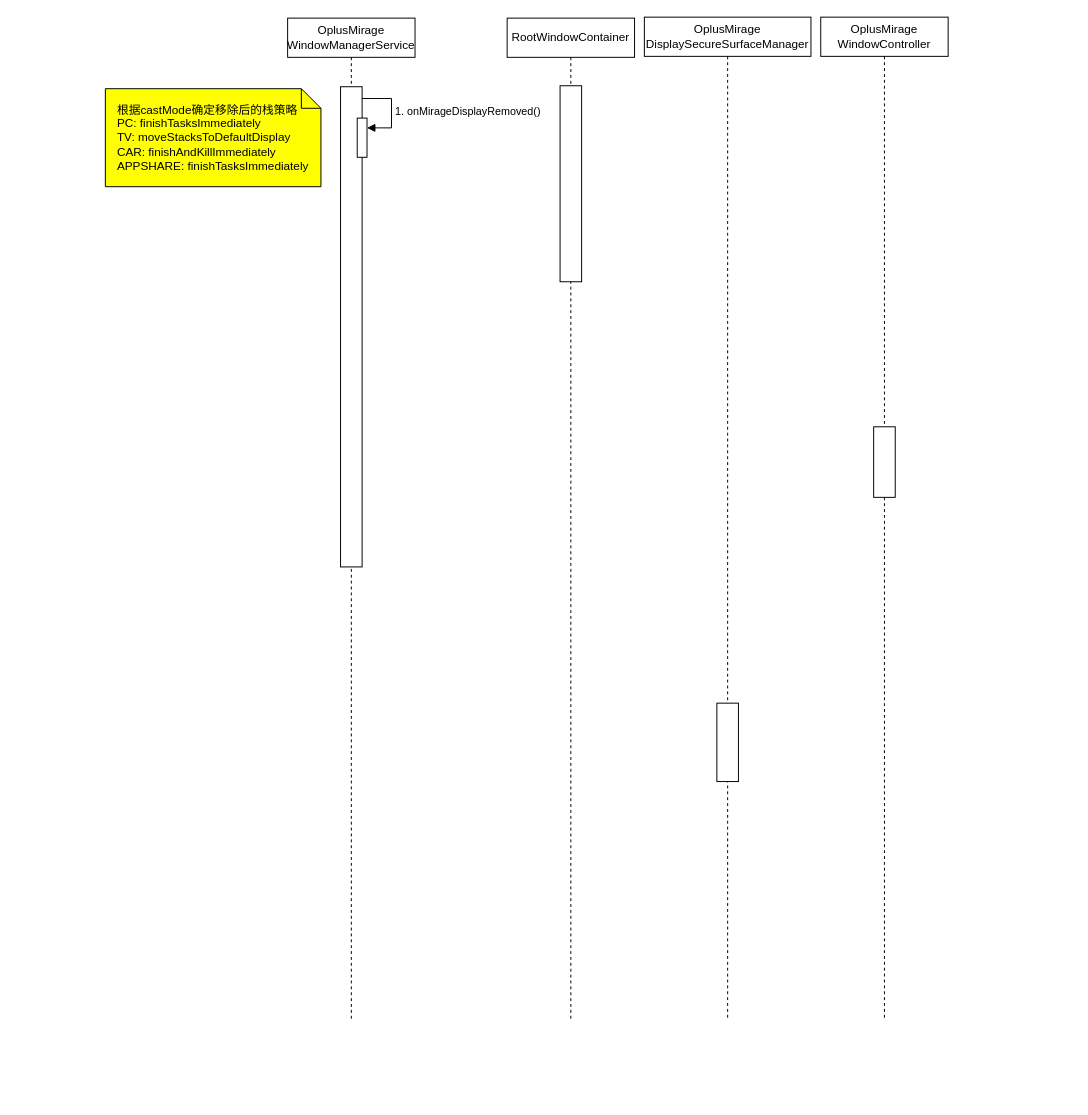
Before: 销毁虚拟屏后显示策略.drawio in jcj123/-, a draw.io diagram. Source tidied: cells renumbered, new cells numbered last; positions are measured from the earlier drawing's top-left corner, leaving out a move shared by most shapes. Both pictures are drawn from the tidied source at 98%, with x=0, y=0 at pixel (105, 17).
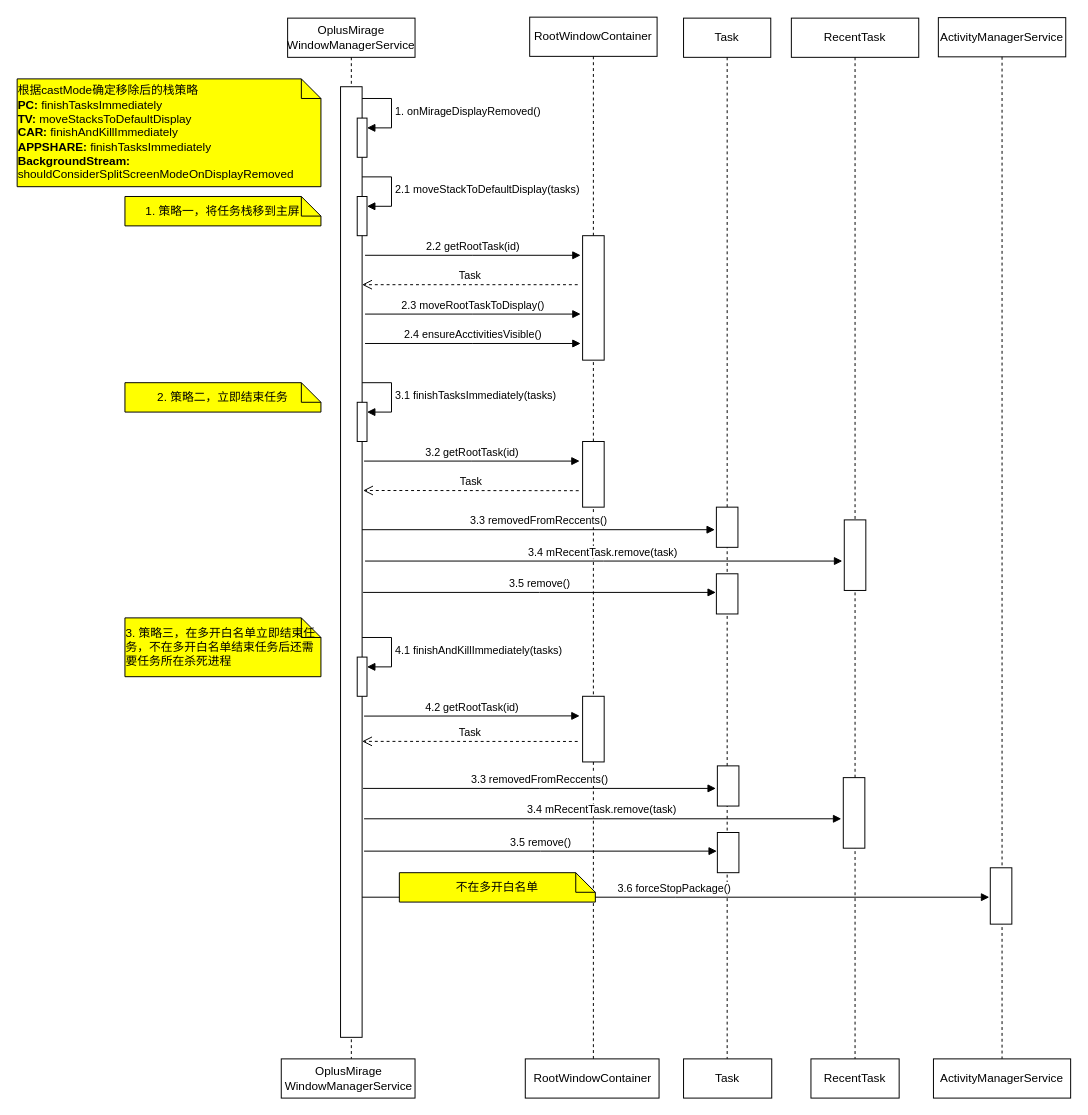
The same page after the edit.

Commit message:
更新销毁虚拟屏后显示策略.drawio

The edit, as a diff of the source:
```diff
@@
     <mxCell id="2" value="OplusMirage&lt;br&gt;WindowManagerService" style="shape=umlLifeline;perimeter=lifelinePerimeter;whiteSpace=wrap;html=1;newEdgeStyle={&quot;edgeStyle&quot;:&quot;elbowEdgeStyle&quot;,&quot;elbow&quot;:&quot;vertical&quot;,&quot;curved&quot;:0,&quot;rounded&quot;:0};" parent="1" vertex="1">
-      <mxGeometry x="186" y="1" width="130" height="1022" as="geometry" />
+      <mxGeometry x="186" y="1" width="130" height="1062" as="geometry" />
     </mxCell>
     <mxCell id="3" style="html=1;perimeter=orthogonalPerimeter;targetShapes=umlLifeline;newEdgeStyle={&quot;edgeStyle&quot;:&quot;elbowEdgeStyle&quot;,&quot;elbow&quot;:&quot;vertical&quot;,&quot;curved&quot;:0,&quot;rounded&quot;:0};" parent="2" vertex="1">
-      <mxGeometry x="54" y="70" width="22" height="490" as="geometry" />
+      <mxGeometry x="54" y="70" width="22" height="970" as="geometry" />
     </mxCell>
@@
+    <mxCell id="13" style="html=1;points=[];perimeter=orthogonalPerimeter;outlineConnect=0;targetShapes=umlLifeline;portConstraint=eastwest;newEdgeStyle={&quot;edgeStyle&quot;:&quot;elbowEdgeStyle&quot;,&quot;elbow&quot;:&quot;vertical&quot;,&quot;curved&quot;:0,&quot;rounded&quot;:0};" parent="2" vertex="1">
+      <mxGeometry x="71" y="182" width="10" height="40" as="geometry" />
+    </mxCell>
+    <mxCell id="14" value="2.1 moveStackToDefaultDisplay(tasks)" style="html=1;align=left;spacingLeft=2;endArrow=block;rounded=0;edgeStyle=orthogonalEdgeStyle;curved=0;rounded=0;" parent="2" edge="1" target="13">
+      <mxGeometry relative="1" as="geometry">
+        <mxPoint x="76" y="162" as="sourcePoint" />
+        <Array as="points">
+          <mxPoint x="106" y="192" />
+        </Array>
+      </mxGeometry>
+    </mxCell>
+    <mxCell id="15" style="html=1;points=[];perimeter=orthogonalPerimeter;outlineConnect=0;targetShapes=umlLifeline;portConstraint=eastwest;newEdgeStyle={&quot;edgeStyle&quot;:&quot;elbowEdgeStyle&quot;,&quot;elbow&quot;:&quot;vertical&quot;,&quot;curved&quot;:0,&quot;rounded&quot;:0};" parent="2" vertex="1">
+      <mxGeometry x="71" y="392" width="10" height="40" as="geometry" />
+    </mxCell>
+    <mxCell id="16" value="3.1 finishTasksImmediately(tasks)" style="html=1;align=left;spacingLeft=2;endArrow=block;rounded=0;edgeStyle=orthogonalEdgeStyle;curved=0;rounded=0;" parent="2" edge="1" target="15">
+      <mxGeometry relative="1" as="geometry">
+        <mxPoint x="76" y="372" as="sourcePoint" />
+        <Array as="points">
+          <mxPoint x="106" y="402" />
+        </Array>
+      </mxGeometry>
+    </mxCell>
+    <mxCell id="17" style="html=1;points=[];perimeter=orthogonalPerimeter;outlineConnect=0;targetShapes=umlLifeline;portConstraint=eastwest;newEdgeStyle={&quot;edgeStyle&quot;:&quot;elbowEdgeStyle&quot;,&quot;elbow&quot;:&quot;vertical&quot;,&quot;curved&quot;:0,&quot;rounded&quot;:0};" parent="2" vertex="1">
+      <mxGeometry x="71" y="652" width="10" height="40" as="geometry" />
+    </mxCell>
+    <mxCell id="18" value="4.1 finishAndKillImmediately(tasks)" style="html=1;align=left;spacingLeft=2;endArrow=block;rounded=0;edgeStyle=orthogonalEdgeStyle;curved=0;rounded=0;" parent="2" edge="1" target="17">
+      <mxGeometry relative="1" as="geometry">
+        <mxPoint x="76" y="632" as="sourcePoint" />
+        <Array as="points">
+          <mxPoint x="106" y="662" />
+        </Array>
+      </mxGeometry>
+    </mxCell>
     <mxCell id="6" value="RootWindowContainer" style="shape=umlLifeline;perimeter=lifelinePerimeter;whiteSpace=wrap;html=1;newEdgeStyle={&quot;edgeStyle&quot;:&quot;elbowEdgeStyle&quot;,&quot;elbow&quot;:&quot;vertical&quot;,&quot;curved&quot;:0,&quot;rounded&quot;:0};" parent="1" vertex="1">
-      <mxGeometry x="410" y="1" width="130" height="1022" as="geometry" />
+      <mxGeometry x="433" width="130" height="1063" as="geometry" />
     </mxCell>
     <mxCell id="7" style="html=1;perimeter=orthogonalPerimeter;targetShapes=umlLifeline;newEdgeStyle={&quot;edgeStyle&quot;:&quot;elbowEdgeStyle&quot;,&quot;elbow&quot;:&quot;vertical&quot;,&quot;curved&quot;:0,&quot;rounded&quot;:0};" parent="6" vertex="1">
-      <mxGeometry x="54" y="69" width="22" height="200" as="geometry" />
+      <mxGeometry x="54" y="223" width="22" height="127" as="geometry" />
     </mxCell>
+    <mxCell id="19" style="html=1;perimeter=orthogonalPerimeter;targetShapes=umlLifeline;newEdgeStyle={&quot;edgeStyle&quot;:&quot;elbowEdgeStyle&quot;,&quot;elbow&quot;:&quot;vertical&quot;,&quot;curved&quot;:0,&quot;rounded&quot;:0};" parent="6" vertex="1">
+      <mxGeometry x="54" y="433" width="22" height="67" as="geometry" />
+    </mxCell>
+    <mxCell id="20" style="html=1;perimeter=orthogonalPerimeter;targetShapes=umlLifeline;newEdgeStyle={&quot;edgeStyle&quot;:&quot;elbowEdgeStyle&quot;,&quot;elbow&quot;:&quot;vertical&quot;,&quot;curved&quot;:0,&quot;rounded&quot;:0};" parent="6" vertex="1">
+      <mxGeometry x="54" y="693" width="22" height="67" as="geometry" />
+    </mxCell>
-    <mxCell id="8" value="OplusMirage&lt;br&gt;DisplaySecureSurfaceManager" style="shape=umlLifeline;perimeter=lifelinePerimeter;whiteSpace=wrap;html=1;newEdgeStyle={&quot;edgeStyle&quot;:&quot;elbowEdgeStyle&quot;,&quot;elbow&quot;:&quot;vertical&quot;,&quot;curved&quot;:0,&quot;rounded&quot;:0};" parent="1" vertex="1">
-      <mxGeometry x="550" width="170" height="1023" as="geometry" />
+    <mxCell id="8" value="Task" style="shape=umlLifeline;perimeter=lifelinePerimeter;whiteSpace=wrap;html=1;newEdgeStyle={&quot;edgeStyle&quot;:&quot;elbowEdgeStyle&quot;,&quot;elbow&quot;:&quot;vertical&quot;,&quot;curved&quot;:0,&quot;rounded&quot;:0};" parent="1" vertex="1">
+      <mxGeometry x="590" y="1" width="89" height="1062" as="geometry" />
     </mxCell>
     <mxCell id="9" style="html=1;perimeter=orthogonalPerimeter;targetShapes=umlLifeline;newEdgeStyle={&quot;edgeStyle&quot;:&quot;elbowEdgeStyle&quot;,&quot;elbow&quot;:&quot;vertical&quot;,&quot;curved&quot;:0,&quot;rounded&quot;:0};" parent="8" vertex="1">
-      <mxGeometry x="74" y="700" width="22" height="80" as="geometry" />
+      <mxGeometry x="33.5" y="499" width="22" height="41" as="geometry" />
     </mxCell>
+    <mxCell id="21" style="html=1;perimeter=orthogonalPerimeter;targetShapes=umlLifeline;newEdgeStyle={&quot;edgeStyle&quot;:&quot;elbowEdgeStyle&quot;,&quot;elbow&quot;:&quot;vertical&quot;,&quot;curved&quot;:0,&quot;rounded&quot;:0};" parent="8" vertex="1">
+      <mxGeometry x="33.5" y="567" width="22" height="41" as="geometry" />
+    </mxCell>
+    <mxCell id="22" style="html=1;perimeter=orthogonalPerimeter;targetShapes=umlLifeline;newEdgeStyle={&quot;edgeStyle&quot;:&quot;elbowEdgeStyle&quot;,&quot;elbow&quot;:&quot;vertical&quot;,&quot;curved&quot;:0,&quot;rounded&quot;:0};" parent="8" vertex="1">
+      <mxGeometry x="34.5" y="763" width="22" height="41" as="geometry" />
+    </mxCell>
+    <mxCell id="23" style="html=1;perimeter=orthogonalPerimeter;targetShapes=umlLifeline;newEdgeStyle={&quot;edgeStyle&quot;:&quot;elbowEdgeStyle&quot;,&quot;elbow&quot;:&quot;vertical&quot;,&quot;curved&quot;:0,&quot;rounded&quot;:0};" parent="8" vertex="1">
+      <mxGeometry x="34.5" y="831" width="22" height="41" as="geometry" />
+    </mxCell>
-    <mxCell id="10" value="OplusMirage&lt;br&gt;WindowController" style="shape=umlLifeline;perimeter=lifelinePerimeter;whiteSpace=wrap;html=1;newEdgeStyle={&quot;edgeStyle&quot;:&quot;elbowEdgeStyle&quot;,&quot;elbow&quot;:&quot;vertical&quot;,&quot;curved&quot;:0,&quot;rounded&quot;:0};" parent="1" vertex="1">
-      <mxGeometry x="730" width="130" height="1023" as="geometry" />
+    <mxCell id="10" value="RecentTask" style="shape=umlLifeline;perimeter=lifelinePerimeter;whiteSpace=wrap;html=1;newEdgeStyle={&quot;edgeStyle&quot;:&quot;elbowEdgeStyle&quot;,&quot;elbow&quot;:&quot;vertical&quot;,&quot;curved&quot;:0,&quot;rounded&quot;:0};" parent="1" vertex="1">
+      <mxGeometry x="700" y="1" width="130" height="1062" as="geometry" />
     </mxCell>
     <mxCell id="11" style="html=1;perimeter=orthogonalPerimeter;targetShapes=umlLifeline;newEdgeStyle={&quot;edgeStyle&quot;:&quot;elbowEdgeStyle&quot;,&quot;elbow&quot;:&quot;vertical&quot;,&quot;curved&quot;:0,&quot;rounded&quot;:0};" parent="10" vertex="1">
-      <mxGeometry x="54" y="418" width="22" height="72" as="geometry" />
+      <mxGeometry x="54" y="512" width="22" height="72" as="geometry" />
     </mxCell>
+    <mxCell id="24" style="html=1;perimeter=orthogonalPerimeter;targetShapes=umlLifeline;newEdgeStyle={&quot;edgeStyle&quot;:&quot;elbowEdgeStyle&quot;,&quot;elbow&quot;:&quot;vertical&quot;,&quot;curved&quot;:0,&quot;rounded&quot;:0};" parent="10" vertex="1">
+      <mxGeometry x="53" y="775" width="22" height="72" as="geometry" />
+    </mxCell>
-    <mxCell id="12" value="&lt;div style=&quot;text-align: left;&quot;&gt;根据castMode确定移除后的栈策略&lt;/div&gt;&lt;div style=&quot;text-align: left;&quot;&gt;PC: finishTasksImmediately&lt;/div&gt;&lt;div style=&quot;text-align: left;&quot;&gt;TV: moveStacksToDefaultDisplay&lt;/div&gt;&lt;div style=&quot;text-align: left;&quot;&gt;CAR: finishAndKillImmediately&lt;/div&gt;&lt;div style=&quot;text-align: left;&quot;&gt;APPSHARE: finishTasksImmediately&lt;br&gt;&lt;/div&gt;" style="shape=note;size=20;whiteSpace=wrap;html=1;fillColor=#FFFF00;" parent="1" vertex="1">
-      <mxGeometry y="73" width="220" height="100" as="geometry" />
+    <mxCell id="12" value="&lt;div style=&quot;text-align: left;&quot;&gt;根据castMode确定移除后的栈策略&lt;/div&gt;&lt;div style=&quot;text-align: left;&quot;&gt;&lt;b&gt;PC:&lt;/b&gt; finishTasksImmediately&lt;/div&gt;&lt;div style=&quot;text-align: left;&quot;&gt;&lt;b&gt;TV: &lt;/b&gt;moveStacksToDefaultDisplay&lt;/div&gt;&lt;div style=&quot;text-align: left;&quot;&gt;&lt;b&gt;CAR: &lt;/b&gt;finishAndKillImmediately&lt;/div&gt;&lt;div style=&quot;text-align: left;&quot;&gt;&lt;b&gt;APPSHARE: &lt;/b&gt;finishTasksImmediately&lt;br&gt;&lt;/div&gt;&lt;div style=&quot;text-align: left;&quot;&gt;&lt;b&gt;BackgroundStream:&lt;/b&gt; shouldConsiderSplitScreenModeOnDisplayRemoved&lt;/div&gt;" style="shape=note;size=20;whiteSpace=wrap;html=1;fillColor=#FFFF00;" parent="1" vertex="1">
+      <mxGeometry x="-90" y="63" width="310" height="110" as="geometry" />
     </mxCell>
+    <mxCell id="25" value="&lt;div style=&quot;text-align: left;&quot;&gt;1. 策略一，将任务栈移到主屏&lt;/div&gt;" style="shape=note;size=20;whiteSpace=wrap;html=1;fillColor=#FFFF00;" parent="1" vertex="1">
+      <mxGeometry x="20" y="183" width="200" height="30" as="geometry" />
+    </mxCell>
+    <mxCell id="26" value="2.2 getRootTask(id)" style="html=1;verticalAlign=bottom;endArrow=block;edgeStyle=elbowEdgeStyle;elbow=vertical;curved=0;rounded=0;" parent="1" edge="1">
+      <mxGeometry relative="1" as="geometry">
+        <mxPoint x="265" y="243" as="sourcePoint" />
+        <mxPoint x="485" y="243" as="targetPoint" />
+      </mxGeometry>
+    </mxCell>
+    <mxCell id="27" value="Task" style="html=1;verticalAlign=bottom;endArrow=open;dashed=1;endSize=8;edgeStyle=elbowEdgeStyle;elbow=vertical;curved=0;rounded=0;" parent="1" edge="1">
+      <mxGeometry relative="1" as="geometry">
+        <mxPoint x="482" y="273" as="sourcePoint" />
+        <mxPoint x="262" y="273" as="targetPoint" />
+      </mxGeometry>
+    </mxCell>
+    <mxCell id="28" value="2.3 moveRootTaskToDisplay()" style="html=1;verticalAlign=bottom;endArrow=block;edgeStyle=elbowEdgeStyle;elbow=vertical;curved=0;rounded=0;" parent="1" edge="1">
+      <mxGeometry relative="1" as="geometry">
+        <mxPoint x="265" y="303" as="sourcePoint" />
+        <mxPoint x="485" y="303" as="targetPoint" />
+      </mxGeometry>
+    </mxCell>
+    <mxCell id="29" value="2.4 ensureAcctivitiesVisible()" style="html=1;verticalAlign=bottom;endArrow=block;edgeStyle=elbowEdgeStyle;elbow=vertical;curved=0;rounded=0;" parent="1" edge="1">
+      <mxGeometry relative="1" as="geometry">
+        <mxPoint x="265" y="333" as="sourcePoint" />
+        <mxPoint x="485" y="333" as="targetPoint" />
+      </mxGeometry>
+    </mxCell>
+    <mxCell id="30" value="&lt;div style=&quot;text-align: left;&quot;&gt;2. 策略二，立即结束任务&lt;/div&gt;" style="shape=note;size=20;whiteSpace=wrap;html=1;fillColor=#FFFF00;" parent="1" vertex="1">
+      <mxGeometry x="20" y="373" width="200" height="30" as="geometry" />
+    </mxCell>
+    <mxCell id="31" value="3.2 getRootTask(id)" style="html=1;verticalAlign=bottom;endArrow=block;edgeStyle=elbowEdgeStyle;elbow=vertical;curved=0;rounded=0;" parent="1" edge="1">
+      <mxGeometry relative="1" as="geometry">
+        <mxPoint x="264" y="453" as="sourcePoint" />
+        <mxPoint x="484" y="453" as="targetPoint" />
+      </mxGeometry>
+    </mxCell>
+    <mxCell id="32" value="Task" style="html=1;verticalAlign=bottom;endArrow=open;dashed=1;endSize=8;edgeStyle=elbowEdgeStyle;elbow=vertical;curved=0;rounded=0;" parent="1" edge="1">
+      <mxGeometry relative="1" as="geometry">
+        <mxPoint x="483" y="483.2" as="sourcePoint" />
+        <mxPoint x="263" y="483.2" as="targetPoint" />
+      </mxGeometry>
+    </mxCell>
+    <mxCell id="33" value="3.3 removedFromReccents()" style="html=1;verticalAlign=bottom;endArrow=block;edgeStyle=elbowEdgeStyle;elbow=vertical;curved=0;rounded=0;" parent="1" edge="1">
+      <mxGeometry relative="1" as="geometry">
+        <mxPoint x="262" y="523" as="sourcePoint" />
+        <mxPoint x="622" y="523" as="targetPoint" />
+      </mxGeometry>
+    </mxCell>
+    <mxCell id="34" value="3.4 mRecentTask.remove(task)&amp;nbsp;" style="html=1;verticalAlign=bottom;endArrow=block;edgeStyle=elbowEdgeStyle;elbow=vertical;curved=0;rounded=0;" parent="1" edge="1">
+      <mxGeometry relative="1" as="geometry">
+        <mxPoint x="265" y="555" as="sourcePoint" />
+        <mxPoint x="752" y="555" as="targetPoint" />
+      </mxGeometry>
+    </mxCell>
+    <mxCell id="35" value="3.5 remove()" style="html=1;verticalAlign=bottom;endArrow=block;edgeStyle=elbowEdgeStyle;elbow=vertical;curved=0;rounded=0;" parent="1" edge="1">
+      <mxGeometry relative="1" as="geometry">
+        <mxPoint x="263" y="587" as="sourcePoint" />
+        <mxPoint x="623" y="587" as="targetPoint" />
+      </mxGeometry>
+    </mxCell>
+    <mxCell id="36" value="&lt;div style=&quot;text-align: left;&quot;&gt;3. 策略三，在多开白名单立即结束任务，不在多开白名单结束任务后还需要任务所在杀死进程&lt;/div&gt;" style="shape=note;size=20;whiteSpace=wrap;html=1;fillColor=#FFFF00;" parent="1" vertex="1">
+      <mxGeometry x="20" y="613" width="200" height="60" as="geometry" />
+    </mxCell>
+    <mxCell id="37" value="4.2 getRootTask(id)" style="html=1;verticalAlign=bottom;endArrow=block;edgeStyle=elbowEdgeStyle;elbow=vertical;curved=0;rounded=0;" parent="1" edge="1">
+      <mxGeometry relative="1" as="geometry">
+        <mxPoint x="264" y="713.2" as="sourcePoint" />
+        <mxPoint x="484" y="713.2" as="targetPoint" />
+      </mxGeometry>
+    </mxCell>
+    <mxCell id="38" value="Task" style="html=1;verticalAlign=bottom;endArrow=open;dashed=1;endSize=8;edgeStyle=elbowEdgeStyle;elbow=vertical;curved=0;rounded=0;" parent="1" edge="1">
+      <mxGeometry relative="1" as="geometry">
+        <mxPoint x="482" y="739.1" as="sourcePoint" />
+        <mxPoint x="262" y="739.1" as="targetPoint" />
+      </mxGeometry>
+    </mxCell>
+    <mxCell id="39" value="3.3 removedFromReccents()" style="html=1;verticalAlign=bottom;endArrow=block;edgeStyle=elbowEdgeStyle;elbow=vertical;curved=0;rounded=0;" parent="1" edge="1">
+      <mxGeometry relative="1" as="geometry">
+        <mxPoint x="263" y="787" as="sourcePoint" />
+        <mxPoint x="623" y="787" as="targetPoint" />
+      </mxGeometry>
+    </mxCell>
+    <mxCell id="40" value="3.5 remove()" style="html=1;verticalAlign=bottom;endArrow=block;edgeStyle=elbowEdgeStyle;elbow=vertical;curved=0;rounded=0;" parent="1" edge="1">
+      <mxGeometry relative="1" as="geometry">
+        <mxPoint x="264" y="851" as="sourcePoint" />
+        <mxPoint x="624" y="851" as="targetPoint" />
+      </mxGeometry>
+    </mxCell>
+    <mxCell id="41" value="3.4 mRecentTask.remove(task)&amp;nbsp;" style="html=1;verticalAlign=bottom;endArrow=block;edgeStyle=elbowEdgeStyle;elbow=vertical;curved=0;rounded=0;" parent="1" edge="1">
+      <mxGeometry relative="1" as="geometry">
+        <mxPoint x="264" y="818" as="sourcePoint" />
+        <mxPoint x="751" y="818" as="targetPoint" />
+      </mxGeometry>
+    </mxCell>
+    <mxCell id="42" value="ActivityManagerService" style="shape=umlLifeline;perimeter=lifelinePerimeter;whiteSpace=wrap;html=1;newEdgeStyle={&quot;edgeStyle&quot;:&quot;elbowEdgeStyle&quot;,&quot;elbow&quot;:&quot;vertical&quot;,&quot;curved&quot;:0,&quot;rounded&quot;:0};" parent="1" vertex="1">
+      <mxGeometry x="850" y="0.5" width="130" height="1062.5" as="geometry" />
+    </mxCell>
+    <mxCell id="43" style="html=1;perimeter=orthogonalPerimeter;targetShapes=umlLifeline;newEdgeStyle={&quot;edgeStyle&quot;:&quot;elbowEdgeStyle&quot;,&quot;elbow&quot;:&quot;vertical&quot;,&quot;curved&quot;:0,&quot;rounded&quot;:0};" parent="42" vertex="1">
+      <mxGeometry x="53" y="867.5" width="22" height="57.5" as="geometry" />
+    </mxCell>
+    <mxCell id="44" value="3.6 forceStopPackage()&amp;nbsp;" style="html=1;verticalAlign=bottom;endArrow=block;edgeStyle=elbowEdgeStyle;elbow=vertical;curved=0;rounded=0;" parent="1" edge="1">
+      <mxGeometry relative="1" as="geometry">
+        <mxPoint x="262" y="898" as="sourcePoint" />
+        <mxPoint x="902" y="898" as="targetPoint" />
+      </mxGeometry>
+    </mxCell>
+    <mxCell id="45" value="&lt;div style=&quot;text-align: left;&quot;&gt;不在多开白名单&lt;/div&gt;" style="shape=note;size=20;whiteSpace=wrap;html=1;fillColor=#FFFF00;" parent="1" vertex="1">
+      <mxGeometry x="300" y="873" width="200" height="30" as="geometry" />
+    </mxCell>
+    <mxCell id="46" value="OplusMirage&lt;br style=&quot;border-color: var(--border-color);&quot;&gt;WindowManagerService" style="rounded=0;whiteSpace=wrap;html=1;" parent="1" vertex="1">
+      <mxGeometry x="179.5" y="1063" width="136.5" height="40" as="geometry" />
+    </mxCell>
+    <mxCell id="47" value="RootWindowContainer" style="rounded=0;whiteSpace=wrap;html=1;" parent="1" vertex="1">
+      <mxGeometry x="428.5" y="1063" width="136.5" height="40" as="geometry" />
+    </mxCell>
+    <mxCell id="48" value="Task" style="rounded=0;whiteSpace=wrap;html=1;" parent="1" vertex="1">
+      <mxGeometry x="590" y="1063" width="90" height="40" as="geometry" />
+    </mxCell>
+    <mxCell id="49" value="RecentTask" style="rounded=0;whiteSpace=wrap;html=1;" parent="1" vertex="1">
+      <mxGeometry x="720" y="1063" width="90" height="40" as="geometry" />
+    </mxCell>
+    <mxCell id="50" value="ActivityManagerService" style="rounded=0;whiteSpace=wrap;html=1;" parent="1" vertex="1">
+      <mxGeometry x="845" y="1063" width="140" height="40" as="geometry" />
+    </mxCell>
```
